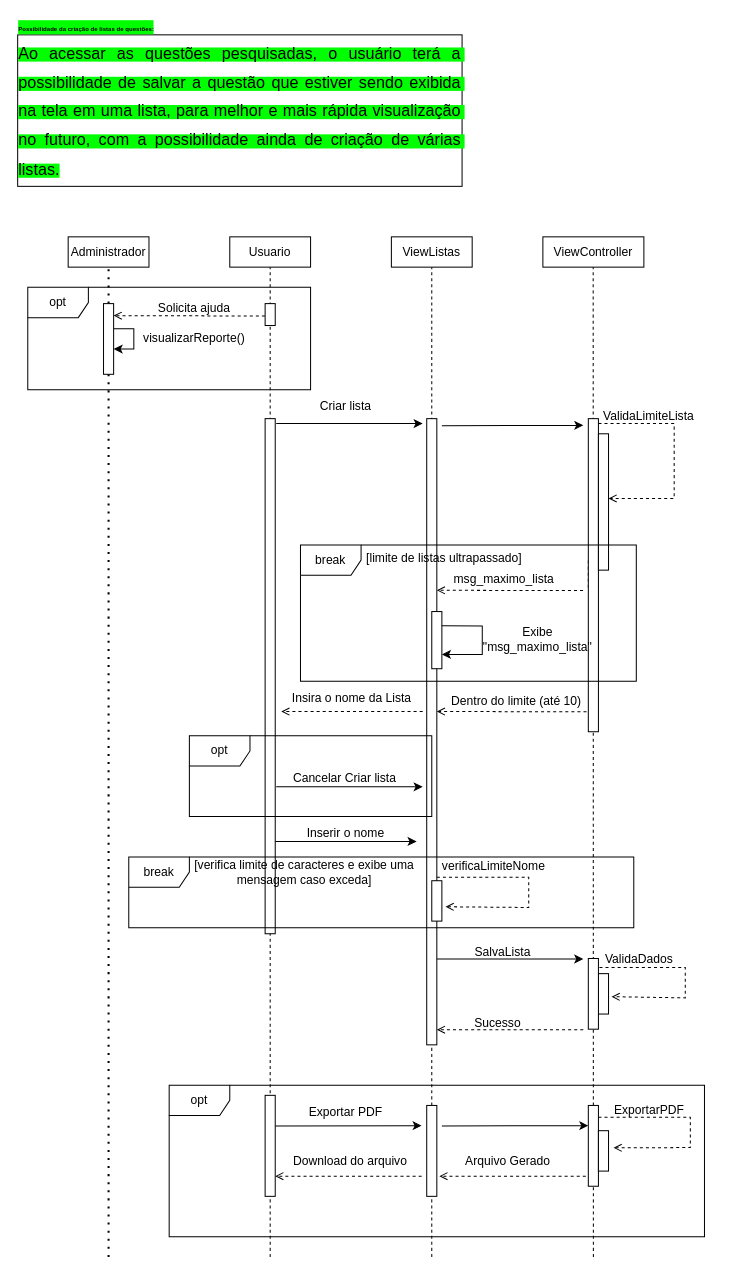
Earlier version of the draw.io diagram Criar Listas.drawio (augustorazani/QENEM-UML-Diagram). Source tidied: cells renumbered, new cells numbered last; positions are measured from the earlier drawing's top-left corner, leaving out a move shared by most shapes. Both pictures are drawn from the tidied source at 101%, with x=0, y=0 at pixel (17, 34).
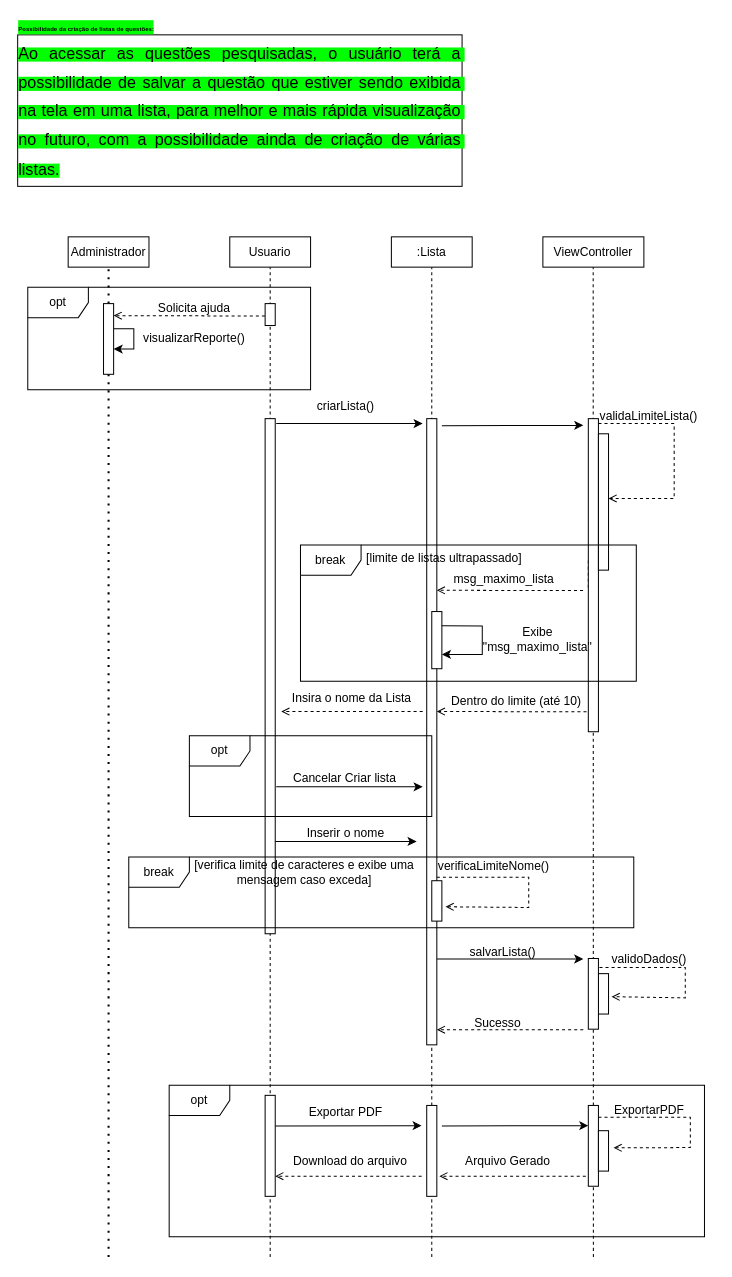
The same page after the edit.

The edit, as a diff of the source:
```diff
@@
-    <mxCell id="5" value="ViewListas" style="rounded=0;whiteSpace=wrap;html=1;" parent="1" vertex="1">
+    <mxCell id="5" value=":Lista" style="rounded=0;whiteSpace=wrap;html=1;" parent="1" vertex="1">
       <mxGeometry x="370" y="200" width="80" height="30" as="geometry" />
     </mxCell>
@@
-    <mxCell id="20" value="Criar lista" style="text;html=1;align=center;verticalAlign=middle;whiteSpace=wrap;rounded=0;" parent="1" vertex="1">
+    <mxCell id="20" value="criarLista()" style="text;html=1;align=center;verticalAlign=middle;whiteSpace=wrap;rounded=0;" parent="1" vertex="1">
       <mxGeometry x="260" y="351.5" width="130" height="33.4" as="geometry" />
     </mxCell>
@@
-    <mxCell id="28" value="ValidaLimiteLista" style="text;html=1;align=center;verticalAlign=middle;whiteSpace=wrap;rounded=0;" parent="1" vertex="1">
+    <mxCell id="28" value="&lt;div&gt;validaLimiteLista()&lt;/div&gt;" style="text;html=1;align=center;verticalAlign=middle;whiteSpace=wrap;rounded=0;" parent="1" vertex="1">
       <mxGeometry x="560" y="361.6" width="130" height="33.4" as="geometry" />
     </mxCell>
@@
-    <mxCell id="35" value="SalvaLista" style="text;html=1;align=center;verticalAlign=middle;strokeColor=none;fillColor=none;" parent="1" vertex="1">
-      <mxGeometry x="440" y="894" width="80" height="30" as="geometry" />
+    <mxCell id="35" value="salvarLista()" style="text;html=1;align=center;verticalAlign=middle;strokeColor=none;fillColor=none;" parent="1" vertex="1">
+      <mxGeometry x="435" y="894" width="90" height="30" as="geometry" />
     </mxCell>
@@
-    <mxCell id="40" value="ValidaDados" style="text;html=1;align=center;verticalAlign=middle;strokeColor=none;fillColor=none;" parent="1" vertex="1">
-      <mxGeometry x="570" y="900" width="90" height="30" as="geometry" />
+    <mxCell id="40" value="validoDados()" style="text;html=1;align=center;verticalAlign=middle;strokeColor=none;fillColor=none;" parent="1" vertex="1">
+      <mxGeometry x="575" y="899.5" width="100" height="30" as="geometry" />
     </mxCell>
@@
-    <mxCell id="65" value="verificaLimiteNome" style="text;html=1;align=center;verticalAlign=middle;strokeColor=none;fillColor=none;" parent="1" vertex="1">
+    <mxCell id="65" value="verificaLimiteNome()" style="text;html=1;align=center;verticalAlign=middle;strokeColor=none;fillColor=none;" parent="1" vertex="1">
       <mxGeometry x="406" y="808" width="130" height="30" as="geometry" />
     </mxCell>
```
